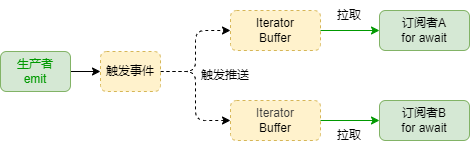
zhangfisher/fastevent keeps this draw.io diagram as docs/zh/guide/use/iterator.drawio.png. Above is the earlier version. Source tidied: cells renumbered, new cells last; positions are measured from the earlier drawing's top-left corner, leaving out a move shared by most shapes.
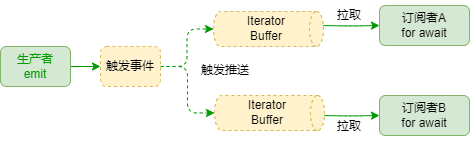
After the commit.

The edit, as a diff of the source:
```diff
@@ -2,27 +2,25 @@
   <root>
     <mxCell id="0" />
     <mxCell id="1" parent="0" />
-    <mxCell id="2" style="edgeStyle=orthogonalEdgeStyle;html=1;exitX=1;exitY=0.5;exitDx=0;exitDy=0;entryX=0;entryY=0.5;entryDx=0;entryDy=0;dashed=1;" parent="1" edge="1" source="4" target="6">
+    <mxCell id="2" style="edgeStyle=orthogonalEdgeStyle;html=1;exitX=1;exitY=0.5;exitDx=0;exitDy=0;entryX=0.5;entryY=1;entryDx=0;entryDy=0;dashed=1;fontColor=#009900;strokeColor=#009900;entryPerimeter=0;" parent="1" edge="1" source="4" target="20">
       <mxGeometry relative="1" as="geometry" />
     </mxCell>
-    <mxCell id="3" style="edgeStyle=orthogonalEdgeStyle;html=1;exitX=1;exitY=0.5;exitDx=0;exitDy=0;entryX=0;entryY=0.5;entryDx=0;entryDy=0;dashed=1;" parent="1" edge="1" source="4" target="8">
+    <mxCell id="3" style="edgeStyle=orthogonalEdgeStyle;html=1;exitX=1;exitY=0.5;exitDx=0;exitDy=0;entryX=0.5;entryY=1;entryDx=0;entryDy=0;dashed=1;fontColor=#009900;strokeColor=#009900;entryPerimeter=0;" parent="1" edge="1" source="4" target="17">
       <mxGeometry relative="1" as="geometry" />
     </mxCell>
     <mxCell id="4" value="触发事件" style="rounded=1;whiteSpace=wrap;html=1;dashed=1;fillColor=#fff2cc;strokeColor=#d6b656;" parent="1" vertex="1">
       <mxGeometry x="100" y="51" width="60" height="40" as="geometry" />
     </mxCell>
-    <mxCell id="5" style="edgeStyle=orthogonalEdgeStyle;html=1;strokeColor=#009900;" parent="1" edge="1" source="6" target="10">
-      <mxGeometry relative="1" as="geometry" />
+    <mxCell id="5" style="edgeStyle=orthogonalEdgeStyle;html=1;strokeColor=#009900;" parent="1" edge="1" target="10">
+      <mxGeometry relative="1" as="geometry">
+        <mxPoint x="320" y="30" as="sourcePoint" />
+      </mxGeometry>
     </mxCell>
-    <mxCell id="6" value="&lt;div&gt;Iterator&lt;/div&gt;Buffer" style="rounded=1;whiteSpace=wrap;html=1;dashed=1;fillColor=#fff2cc;strokeColor=#d6b656;" parent="1" vertex="1">
-      <mxGeometry x="230" y="10" width="90" height="40" as="geometry" />
-    </mxCell>
-    <mxCell id="7" style="edgeStyle=orthogonalEdgeStyle;html=1;strokeColor=#009900;" parent="1" edge="1" source="8" target="11">
-      <mxGeometry relative="1" as="geometry" />
+    <mxCell id="7" style="edgeStyle=orthogonalEdgeStyle;html=1;strokeColor=#009900;" parent="1" edge="1" target="11">
+      <mxGeometry relative="1" as="geometry">
+        <mxPoint x="320" y="120" as="sourcePoint" />
+      </mxGeometry>
     </mxCell>
-    <mxCell id="8" value="&lt;span style=&quot;color: rgb(0, 0, 0);&quot;&gt;&lt;span style=&quot;color: rgb(63, 63, 63);&quot;&gt;Iterator&lt;/span&gt;&lt;/span&gt;&lt;div&gt;&lt;span style=&quot;color: rgb(0, 0, 0);&quot;&gt;Buffer&lt;/span&gt;&lt;/div&gt;" style="rounded=1;whiteSpace=wrap;html=1;dashed=1;fillColor=#fff2cc;strokeColor=#d6b656;" parent="1" vertex="1">
-      <mxGeometry x="230" y="100" width="90" height="40" as="geometry" />
-    </mxCell>
     <mxCell id="9" value="触发推送" style="text;html=1;align=center;verticalAlign=middle;whiteSpace=wrap;rounded=0;" parent="1" vertex="1">
       <mxGeometry x="195" y="60" width="60" height="30" as="geometry" />
     </mxCell>
@@ -33,16 +31,34 @@
       <mxGeometry x="379" y="100" width="90" height="40" as="geometry" />
     </mxCell>
     <mxCell id="12" value="拉取" style="text;html=1;align=center;verticalAlign=middle;whiteSpace=wrap;rounded=0;" parent="1" vertex="1">
-      <mxGeometry x="319" width="60" height="30" as="geometry" />
+      <mxGeometry x="319" y="5" width="60" height="30" as="geometry" />
     </mxCell>
     <mxCell id="13" value="拉取" style="text;html=1;align=center;verticalAlign=middle;whiteSpace=wrap;rounded=0;" parent="1" vertex="1">
-      <mxGeometry x="319" y="120" width="60" height="30" as="geometry" />
+      <mxGeometry x="319" y="116" width="60" height="30" as="geometry" />
     </mxCell>
-    <mxCell id="14" style="edgeStyle=orthogonalEdgeStyle;html=1;" parent="1" edge="1" source="15" target="4">
+    <mxCell id="14" style="edgeStyle=orthogonalEdgeStyle;html=1;fontColor=#009900;strokeColor=#009900;" parent="1" edge="1" source="15" target="4">
       <mxGeometry relative="1" as="geometry" />
     </mxCell>
     <mxCell id="15" value="生产者&lt;div&gt;emit&lt;/div&gt;" style="rounded=1;whiteSpace=wrap;html=1;fillColor=#d5e8d4;strokeColor=#82b366;fontColor=#009900;" parent="1" vertex="1">
       <mxGeometry y="51" width="70" height="40" as="geometry" />
     </mxCell>
+    <mxCell id="16" style="group;" parent="1" vertex="1">
+      <mxGeometry x="213" y="16" width="110" height="35" as="geometry" />
+    </mxCell>
+    <mxCell id="17" value="&lt;div style=&quot;scrollbar-color: light-dark(#e2e2e2, #4b4b4b)&lt;br/&gt;&#9;&#9;&#9;&#9;&#9;light-dark(#fbfbfb, var(--dark-panel-color));&quot;&gt;&lt;br&gt;&lt;/div&gt;" style="shape=cylinder3;whiteSpace=wrap;html=1;boundedLbl=1;backgroundOutline=1;size=7;rotation=90;rounded=1;dashed=1;strokeColor=#d6b656;align=center;verticalAlign=middle;fontFamily=Helvetica;fontSize=12;fontColor=default;fillColor=#fff2cc;textDirection=vertical-lr;labelPosition=center;verticalLabelPosition=middle;" parent="16" vertex="1">
+      <mxGeometry x="37.5" y="-37.5" width="35" height="110" as="geometry" />
+    </mxCell>
+    <mxCell id="18" value="&lt;div style=&quot;scrollbar-color: light-dark(#e2e2e2, #4b4b4b)&lt;br/&gt;&#9;&#9;&#9;&#9;&#9;light-dark(#fbfbfb, var(--dark-panel-color));&quot;&gt;Iterator&lt;/div&gt;&lt;span style=&quot;color: rgb(0, 0, 0);&quot;&gt;Buffer&lt;/span&gt;" style="text;html=1;align=center;verticalAlign=middle;whiteSpace=wrap;rounded=0;" parent="16" vertex="1">
+      <mxGeometry x="23" y="2" width="60" height="30" as="geometry" />
+    </mxCell>
+    <mxCell id="19" style="group;" parent="1" vertex="1">
+      <mxGeometry x="214" y="100" width="110" height="35" as="geometry" />
+    </mxCell>
+    <mxCell id="20" value="&lt;div style=&quot;scrollbar-color: light-dark(#e2e2e2, #4b4b4b)&lt;br/&gt;&#9;&#9;&#9;&#9;&#9;light-dark(#fbfbfb, var(--dark-panel-color));&quot;&gt;&lt;br&gt;&lt;/div&gt;" style="shape=cylinder3;whiteSpace=wrap;html=1;boundedLbl=1;backgroundOutline=1;size=7;rotation=90;rounded=1;dashed=1;strokeColor=#d6b656;align=center;verticalAlign=middle;fontFamily=Helvetica;fontSize=12;fontColor=default;fillColor=#fff2cc;textDirection=vertical-lr;labelPosition=center;verticalLabelPosition=middle;" parent="19" vertex="1">
+      <mxGeometry x="37.5" y="-37.5" width="35" height="110" as="geometry" />
+    </mxCell>
+    <mxCell id="21" value="&lt;div style=&quot;scrollbar-color: light-dark(#e2e2e2, #4b4b4b)&lt;br/&gt;&#9;&#9;&#9;&#9;&#9;light-dark(#fbfbfb, var(--dark-panel-color));&quot;&gt;Iterator&lt;/div&gt;&lt;span style=&quot;color: rgb(0, 0, 0);&quot;&gt;Buffer&lt;/span&gt;" style="text;html=1;align=center;verticalAlign=middle;whiteSpace=wrap;rounded=0;" parent="19" vertex="1">
+      <mxGeometry x="23" y="2" width="60" height="30" as="geometry" />
+    </mxCell>
   </root>
 </mxGraphModel>
```
